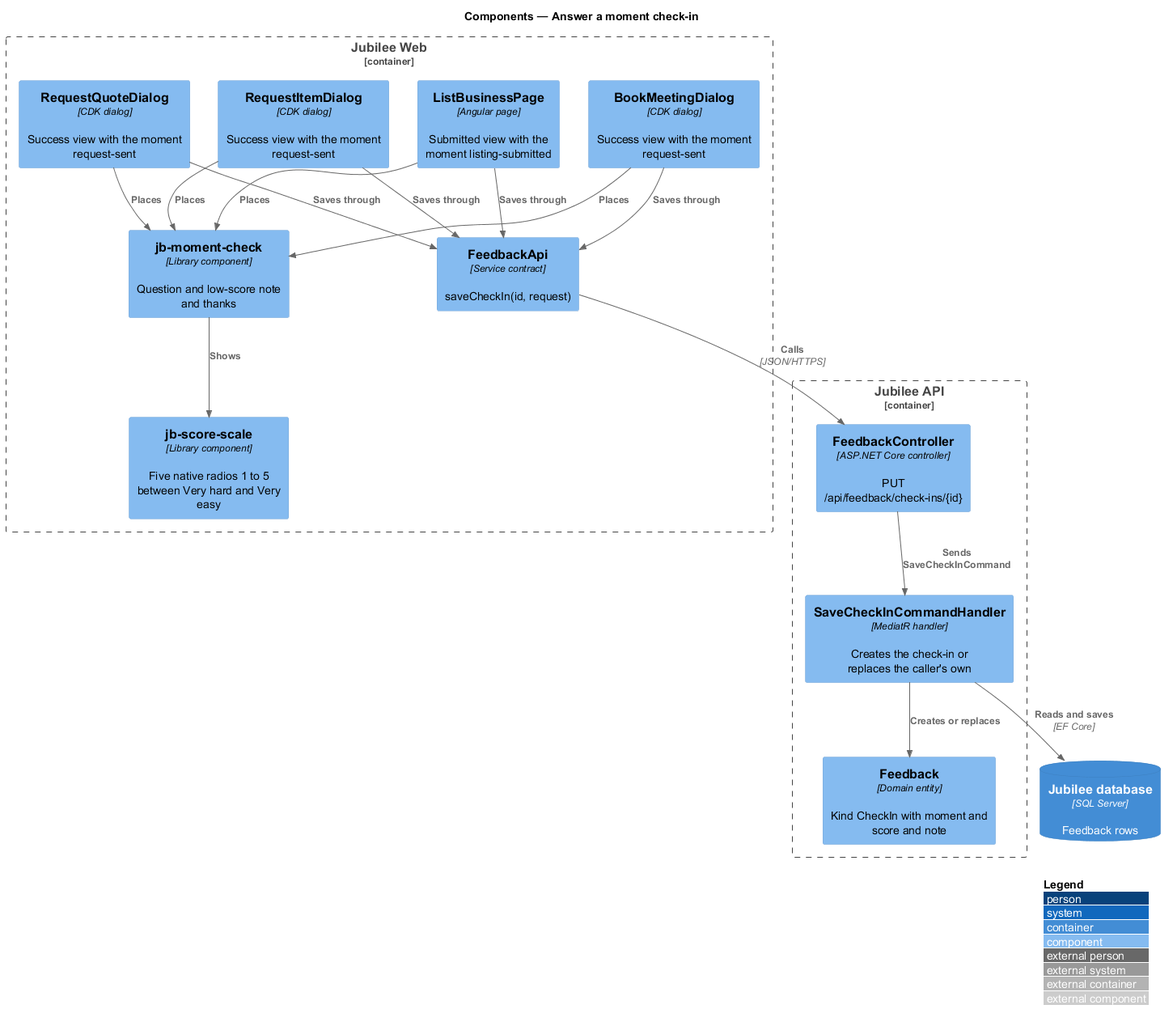
Earlier version of the PlantUML export docs/detailed-designs/feedback/answer-moment-check-in/diagrams/c4-component.png (QuinntyneBrown/jubilee). Source of this version:
```plantuml
@startuml
!include <C4/C4_Component>
LAYOUT_WITH_LEGEND()
title Components — Answer a moment check-in

Container_Boundary(web, "Jubilee Web") {
  Component(book, "BookMeetingDialog", "CDK dialog", "Success view with the moment request-sent")
  Component(quote, "RequestQuoteDialog", "CDK dialog", "Success view with the moment request-sent")
  Component(item, "RequestItemDialog", "CDK dialog", "Success view with the moment request-sent")
  Component(list, "ListBusinessPage", "Angular page", "Submitted view with the moment listing-submitted")
  Component(check, "jb-moment-check", "Library component", "Question and low-score note and thanks")
  Component(scale, "jb-score-scale", "Library component", "Five native radios 1 to 5 between Very hard and Very easy")
  Component(client, "FeedbackApi", "Service contract", "saveCheckIn(id, request)")
}
Container_Boundary(api, "Jubilee API") {
  Component(ctrl, "FeedbackController", "ASP.NET Core controller", "PUT /api/feedback/check-ins/{id}")
  Component(handler, "SaveCheckInCommandHandler", "MediatR handler", "Creates the check-in or replaces the caller's own")
  Component(entity, "Feedback", "Domain entity", "Kind CheckIn with moment and score and note")
}
ContainerDb(db, "Jubilee database", "SQL Server", "Feedback rows")

Rel(book, check, "Places")
Rel(quote, check, "Places")
Rel(item, check, "Places")
Rel(list, check, "Places")
Rel(check, scale, "Shows")
Rel(book, client, "Saves through")
Rel(quote, client, "Saves through")
Rel(item, client, "Saves through")
Rel(list, client, "Saves through")
Rel(client, ctrl, "Calls", "JSON/HTTPS")
Rel(ctrl, handler, "Sends SaveCheckInCommand")
Rel(handler, entity, "Creates or replaces")
Rel(handler, db, "Reads and saves", "EF Core")
@enduml
```
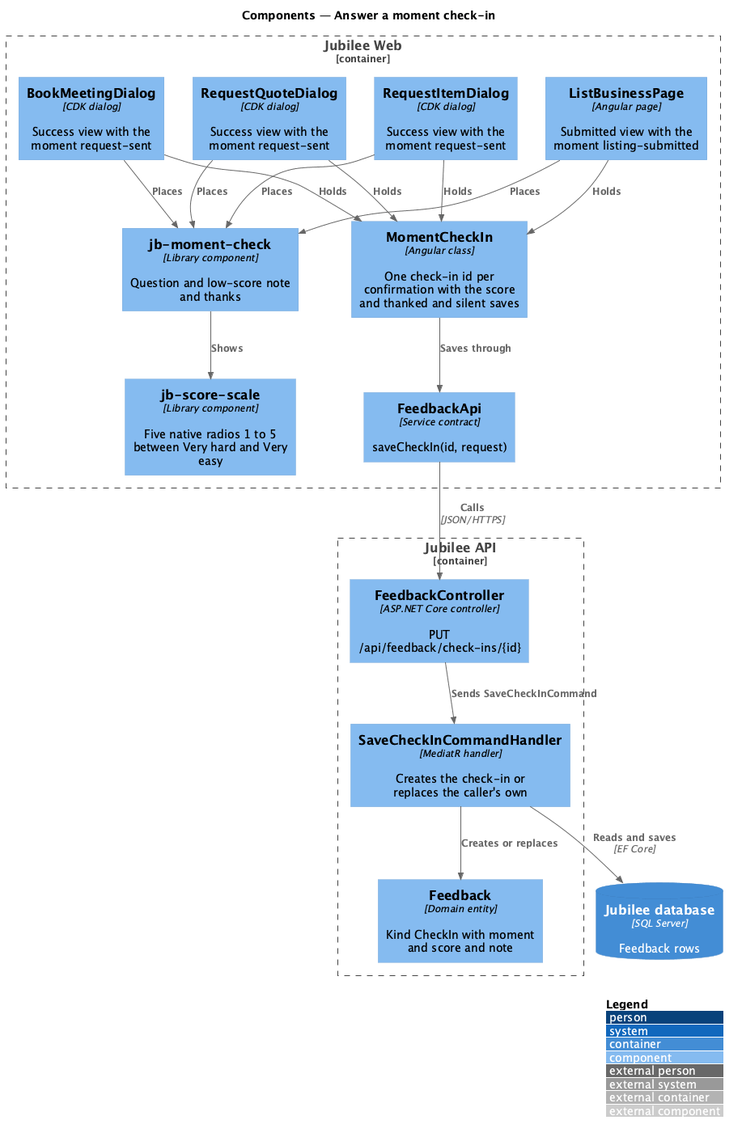
The same diagram one commit later.

The edit, as a diff of the source:
```diff
@@ -8,6 +8,7 @@
   Component(quote, "RequestQuoteDialog", "CDK dialog", "Success view with the moment request-sent")
   Component(item, "RequestItemDialog", "CDK dialog", "Success view with the moment request-sent")
   Component(list, "ListBusinessPage", "Angular page", "Submitted view with the moment listing-submitted")
+  Component(state, "MomentCheckIn", "Angular class", "One check-in id per confirmation with the score and thanked and silent saves")
   Component(check, "jb-moment-check", "Library component", "Question and low-score note and thanks")
   Component(scale, "jb-score-scale", "Library component", "Five native radios 1 to 5 between Very hard and Very easy")
   Component(client, "FeedbackApi", "Service contract", "saveCheckIn(id, request)")
@@ -24,10 +25,11 @@
 Rel(item, check, "Places")
 Rel(list, check, "Places")
 Rel(check, scale, "Shows")
-Rel(book, client, "Saves through")
-Rel(quote, client, "Saves through")
-Rel(item, client, "Saves through")
-Rel(list, client, "Saves through")
+Rel(book, state, "Holds")
+Rel(quote, state, "Holds")
+Rel(item, state, "Holds")
+Rel(list, state, "Holds")
+Rel(state, client, "Saves through")
 Rel(client, ctrl, "Calls", "JSON/HTTPS")
 Rel(ctrl, handler, "Sends SaveCheckInCommand")
 Rel(handler, entity, "Creates or replaces")
```
